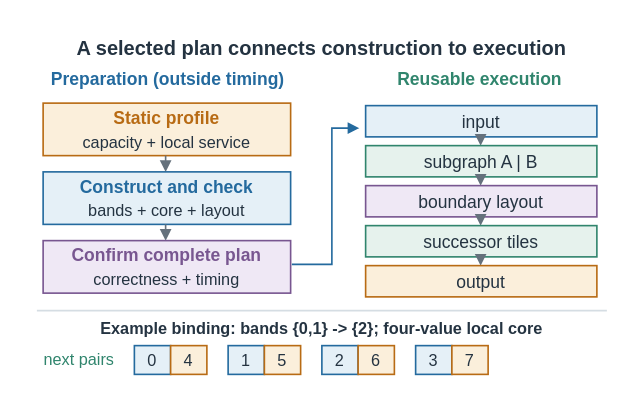
The draw.io diagram page "system_architecture" (8 of 8) of paper/figures/drawio/cubutterfly-methods.drawio in TruNcat3/cuButterfly, before the edit. Source tidied: cells renumbered, new cells numbered last; positions are measured from the earlier drawing's top-left corner, leaving out a move shared by most shapes. Both pictures are drawn from the tidied source at 125%, with x=0, y=0 at pixel (21, 21).
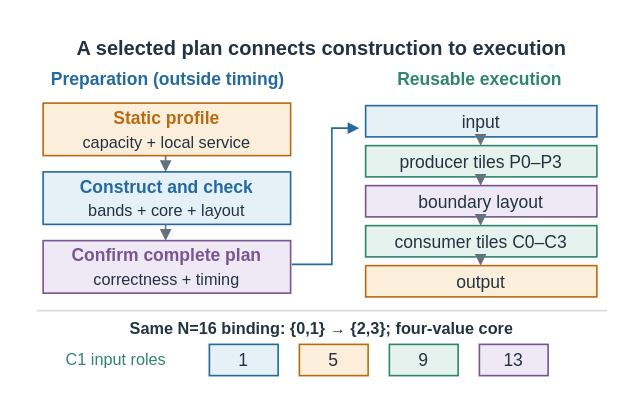
Above is the later version.

Change to the diagram source:
```diff
@@
-    <mxCell id="20" value="subgraph A | B" style="shape=rectangle;rounded=0;arcSize=10;whiteSpace=wrap;html=0;fillColor=#e6f2ed;strokeColor=#30856d;strokeWidth=1.3;fontFamily=Helvetica;fontSize=14;fontColor=#243341;fontStyle=0;align=center;verticalAlign=middle;spacing=4;dashed=0;" parent="1" vertex="1">
+    <mxCell id="20" value="producer tiles P0–P3" style="shape=rectangle;rounded=0;arcSize=10;whiteSpace=wrap;html=0;fillColor=#e6f2ed;strokeColor=#30856d;strokeWidth=1.3;fontFamily=Helvetica;fontSize=14;fontColor=#243341;fontStyle=0;align=center;verticalAlign=middle;spacing=4;dashed=0;" parent="1" vertex="1">
       <mxGeometry x="275" y="99" width="185" height="25" as="geometry" />
     </mxCell>
@@
-    <mxCell id="24" value="successor tiles" style="shape=rectangle;rounded=0;arcSize=10;whiteSpace=wrap;html=0;fillColor=#e6f2ed;strokeColor=#30856d;strokeWidth=1.3;fontFamily=Helvetica;fontSize=14;fontColor=#243341;fontStyle=0;align=center;verticalAlign=middle;spacing=4;dashed=0;" parent="1" vertex="1">
+    <mxCell id="24" value="consumer tiles C0–C3" style="shape=rectangle;rounded=0;arcSize=10;whiteSpace=wrap;html=0;fillColor=#e6f2ed;strokeColor=#30856d;strokeWidth=1.3;fontFamily=Helvetica;fontSize=14;fontColor=#243341;fontStyle=0;align=center;verticalAlign=middle;spacing=4;dashed=0;" parent="1" vertex="1">
       <mxGeometry x="275" y="163" width="185" height="25" as="geometry" />
     </mxCell>
@@
-    <mxCell id="28" value="Example binding: bands {0,1} -&gt; {2}; four-value local core" style="text;html=0;whiteSpace=wrap;overflow=hidden;fillColor=none;strokeColor=none;fontFamily=Helvetica;fontSize=13;fontColor=#243341;fontStyle=1;align=center;verticalAlign=middle;spacing=0;" parent="1" vertex="1">
+    <mxCell id="28" value="Same N=16 binding: {0,1} → {2,3}; four-value core" style="text;html=0;whiteSpace=wrap;overflow=hidden;fillColor=none;strokeColor=none;fontFamily=Helvetica;fontSize=13;fontColor=#243341;fontStyle=1;align=center;verticalAlign=middle;spacing=0;" parent="1" vertex="1">
       <mxGeometry x="12" y="236" width="456" height="18" as="geometry" />
     </mxCell>
-    <mxCell id="29" value="0" style="shape=rectangle;rounded=0;arcSize=10;whiteSpace=wrap;html=0;fillColor=#e5f0f7;strokeColor=#246a9e;strokeWidth=1.3;fontFamily=Helvetica;fontSize=13;fontColor=#243341;fontStyle=0;align=center;verticalAlign=middle;spacing=4;dashed=0;" parent="1" vertex="1">
-      <mxGeometry x="90" y="259" width="29" height="23" as="geometry" />
+    <mxCell id="29" value="C1 input roles" style="text;html=0;whiteSpace=wrap;overflow=hidden;fillColor=none;strokeColor=none;fontFamily=Helvetica;fontSize=13;fontColor=#30856d;fontStyle=0;align=center;verticalAlign=middle;spacing=0;" parent="1" vertex="1">
+      <mxGeometry x="8" y="260" width="135" height="20" as="geometry" />
     </mxCell>
-    <mxCell id="30" value="4" style="shape=rectangle;rounded=0;arcSize=10;whiteSpace=wrap;html=0;fillColor=#fbefdb;strokeColor=#b86b14;strokeWidth=1.3;fontFamily=Helvetica;fontSize=13;fontColor=#243341;fontStyle=0;align=center;verticalAlign=middle;spacing=4;dashed=0;" parent="1" vertex="1">
-      <mxGeometry x="119" y="259" width="29" height="23" as="geometry" />
+    <mxCell id="30" value="1" style="shape=rectangle;rounded=0;arcSize=10;whiteSpace=wrap;html=0;fillColor=#e5f0f7;strokeColor=#246a9e;strokeWidth=1.3;fontFamily=Helvetica;fontSize=14;fontColor=#243341;fontStyle=0;align=center;verticalAlign=middle;spacing=4;dashed=0;" parent="1" vertex="1">
+      <mxGeometry x="150" y="258" width="55" height="25" as="geometry" />
     </mxCell>
-    <mxCell id="31" value="1" style="shape=rectangle;rounded=0;arcSize=10;whiteSpace=wrap;html=0;fillColor=#e5f0f7;strokeColor=#246a9e;strokeWidth=1.3;fontFamily=Helvetica;fontSize=13;fontColor=#243341;fontStyle=0;align=center;verticalAlign=middle;spacing=4;dashed=0;" parent="1" vertex="1">
-      <mxGeometry x="165" y="259" width="29" height="23" as="geometry" />
+    <mxCell id="31" value="5" style="shape=rectangle;rounded=0;arcSize=10;whiteSpace=wrap;html=0;fillColor=#fbefdb;strokeColor=#b86b14;strokeWidth=1.3;fontFamily=Helvetica;fontSize=14;fontColor=#243341;fontStyle=0;align=center;verticalAlign=middle;spacing=4;dashed=0;" parent="1" vertex="1">
+      <mxGeometry x="222" y="258" width="55" height="25" as="geometry" />
     </mxCell>
-    <mxCell id="32" value="5" style="shape=rectangle;rounded=0;arcSize=10;whiteSpace=wrap;html=0;fillColor=#fbefdb;strokeColor=#b86b14;strokeWidth=1.3;fontFamily=Helvetica;fontSize=13;fontColor=#243341;fontStyle=0;align=center;verticalAlign=middle;spacing=4;dashed=0;" parent="1" vertex="1">
-      <mxGeometry x="194" y="259" width="29" height="23" as="geometry" />
+    <mxCell id="32" value="9" style="shape=rectangle;rounded=0;arcSize=10;whiteSpace=wrap;html=0;fillColor=#e6f2ed;strokeColor=#30856d;strokeWidth=1.3;fontFamily=Helvetica;fontSize=14;fontColor=#243341;fontStyle=0;align=center;verticalAlign=middle;spacing=4;dashed=0;" parent="1" vertex="1">
+      <mxGeometry x="294" y="258" width="55" height="25" as="geometry" />
     </mxCell>
-    <mxCell id="33" value="2" style="shape=rectangle;rounded=0;arcSize=10;whiteSpace=wrap;html=0;fillColor=#e5f0f7;strokeColor=#246a9e;strokeWidth=1.3;fontFamily=Helvetica;fontSize=13;fontColor=#243341;fontStyle=0;align=center;verticalAlign=middle;spacing=4;dashed=0;" parent="1" vertex="1">
-      <mxGeometry x="240" y="259" width="29" height="23" as="geometry" />
+    <mxCell id="33" value="13" style="shape=rectangle;rounded=0;arcSize=10;whiteSpace=wrap;html=0;fillColor=#efe8f5;strokeColor=#785690;strokeWidth=1.3;fontFamily=Helvetica;fontSize=14;fontColor=#243341;fontStyle=0;align=center;verticalAlign=middle;spacing=4;dashed=0;" parent="1" vertex="1">
+      <mxGeometry x="366" y="258" width="55" height="25" as="geometry" />
     </mxCell>
-    <mxCell id="34" value="6" style="shape=rectangle;rounded=0;arcSize=10;whiteSpace=wrap;html=0;fillColor=#fbefdb;strokeColor=#b86b14;strokeWidth=1.3;fontFamily=Helvetica;fontSize=13;fontColor=#243341;fontStyle=0;align=center;verticalAlign=middle;spacing=4;dashed=0;" parent="1" vertex="1">
-      <mxGeometry x="269" y="259" width="29" height="23" as="geometry" />
-    </mxCell>
-    <mxCell id="35" value="3" style="shape=rectangle;rounded=0;arcSize=10;whiteSpace=wrap;html=0;fillColor=#e5f0f7;strokeColor=#246a9e;strokeWidth=1.3;fontFamily=Helvetica;fontSize=13;fontColor=#243341;fontStyle=0;align=center;verticalAlign=middle;spacing=4;dashed=0;" parent="1" vertex="1">
-      <mxGeometry x="315" y="259" width="29" height="23" as="geometry" />
-    </mxCell>
-    <mxCell id="36" value="7" style="shape=rectangle;rounded=0;arcSize=10;whiteSpace=wrap;html=0;fillColor=#fbefdb;strokeColor=#b86b14;strokeWidth=1.3;fontFamily=Helvetica;fontSize=13;fontColor=#243341;fontStyle=0;align=center;verticalAlign=middle;spacing=4;dashed=0;" parent="1" vertex="1">
-      <mxGeometry x="344" y="259" width="29" height="23" as="geometry" />
-    </mxCell>
-    <mxCell id="37" value="next pairs" style="text;html=0;whiteSpace=wrap;overflow=hidden;fillColor=none;strokeColor=none;fontFamily=Helvetica;fontSize=13;fontColor=#30856d;fontStyle=0;align=center;verticalAlign=middle;spacing=0;" parent="1" vertex="1">
-      <mxGeometry x="8" y="260" width="76" height="20" as="geometry" />
-    </mxCell>
```
